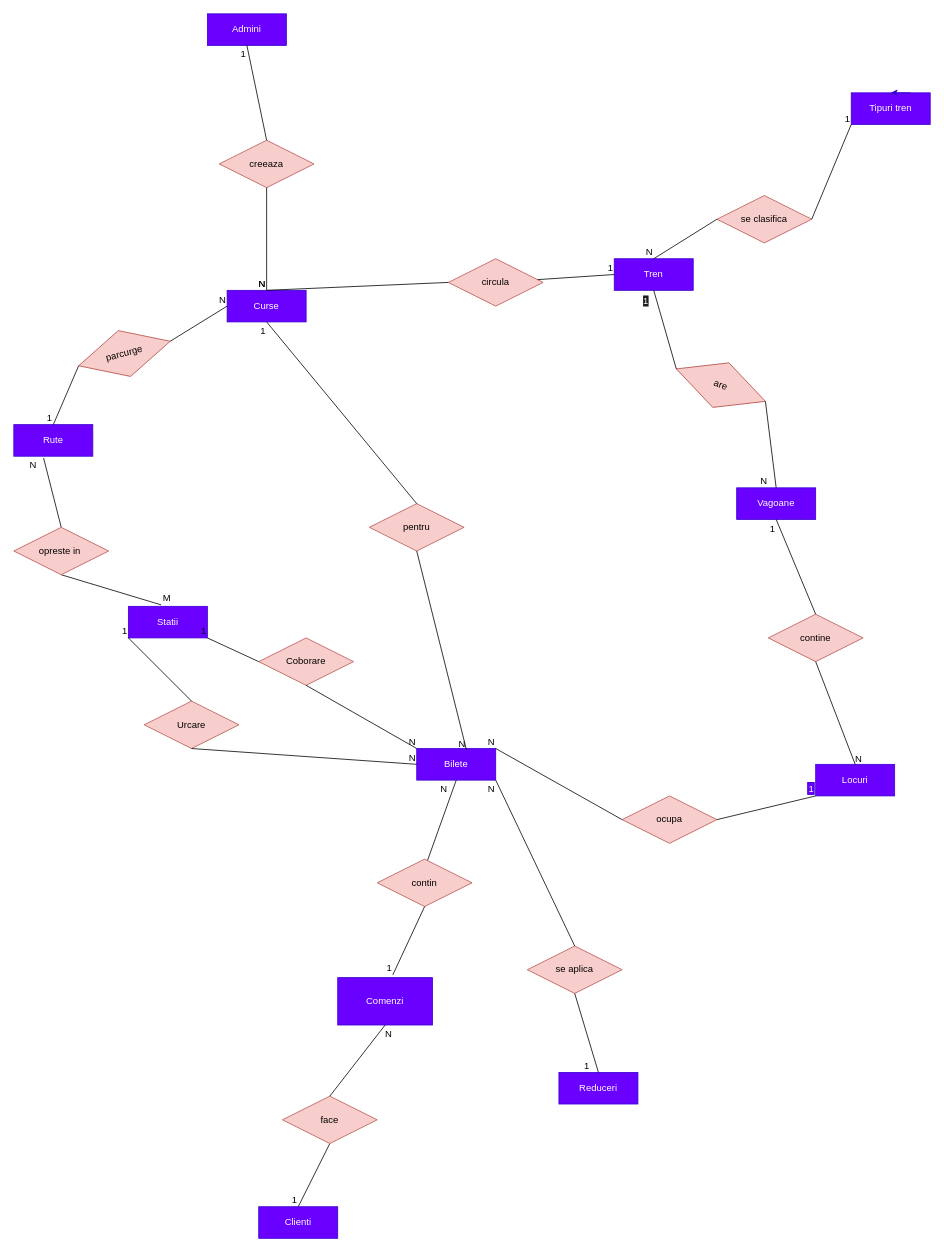
andrasarmasi/proiect_bd keeps this draw.io diagram as diagrama_er.drawio. Above is the earlier version. Source tidied: cells renumbered, new cells numbered last; positions are measured from the earlier drawing's top-left corner, leaving out a move shared by most shapes. Both pictures are drawn from the tidied source at 79%, with x=0, y=0 at pixel (13, 13).
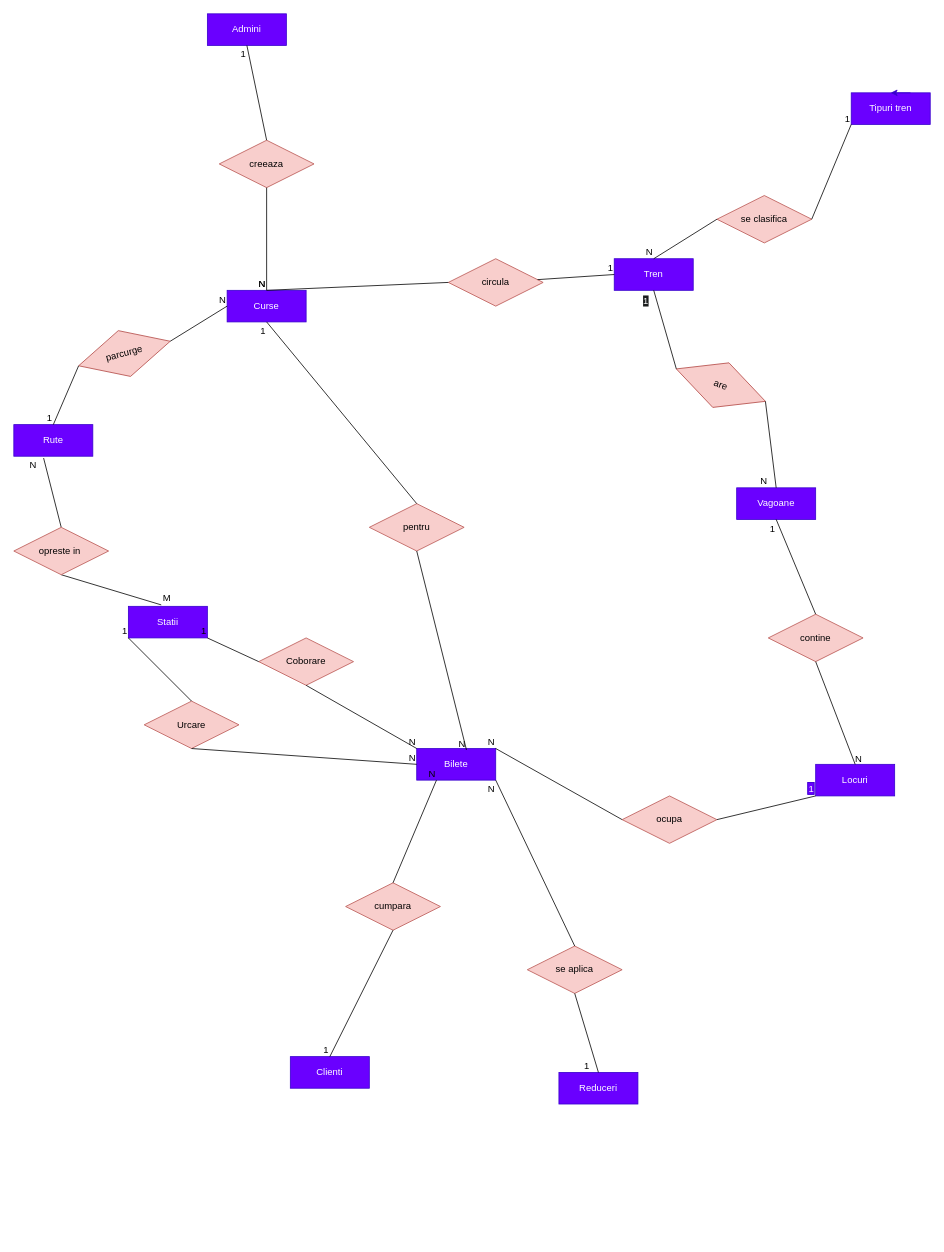
The same page after the edit.

Commit message (it also covers changes not shown here):
update la diagrame si documentatie

The change refers to these unchanged cells:
```xml
<mxCell id="22" value="Bilete" style="whiteSpace=wrap;html=1;align=center;fillColor=#6a00ff;fontColor=#ffffff;strokeColor=#3700CC;" parent="1" vertex="1">
  <mxGeometry x="510" y="930" width="100" height="40" as="geometry" />
</mxCell>
```

What changed in the source:
```diff
@@
     <mxCell id="58" value="Clienti" style="whiteSpace=wrap;html=1;align=center;fillColor=#6a00ff;fontColor=#ffffff;strokeColor=#3700CC;" parent="1" vertex="1">
-      <mxGeometry x="310" y="1510" width="100" height="40" as="geometry" />
+      <mxGeometry x="350" y="1320" width="100" height="40" as="geometry" />
     </mxCell>
-    <mxCell id="59" style="endArrow=none;html=1;rounded=0;entryX=0.5;entryY=0;entryDx=0;entryDy=0;exitX=0.5;exitY=1;exitDx=0;exitDy=0;" parent="1" edge="1" source="80" target="58">
-      <mxGeometry relative="1" as="geometry" />
-    </mxCell>
-    <mxCell id="60" value="1" style="html=1;whiteSpace=wrap;align=right;verticalAlign=bottom;" parent="59" vertex="1">
-      <mxGeometry x="0.99" relative="1" as="geometry" />
-    </mxCell>
-    <mxCell id="61" style="endArrow=none;html=1;rounded=0;entryX=0.5;entryY=1;entryDx=0;entryDy=0;" parent="1" edge="1" target="22">
-      <mxGeometry relative="1" as="geometry">
-        <mxPoint x="510" y="1110" as="sourcePoint" />
-      </mxGeometry>
-    </mxCell>
-    <mxCell id="62" value="N" style="html=1;whiteSpace=wrap;align=right;verticalAlign=bottom;" parent="61" vertex="1">
-      <mxGeometry x="1" relative="1" as="geometry">
-        <mxPoint x="-10" y="20" as="offset" />
-      </mxGeometry>
-    </mxCell>
@@
-    <mxCell id="79" value="Comenzi" style="rounded=0;whiteSpace=wrap;html=1;fillColor=#6a00ff;fontColor=#ffffff;strokeColor=#3700CC;" parent="1" vertex="1">
-      <mxGeometry x="410" y="1220" width="120" height="60" as="geometry" />
-    </mxCell>
-    <mxCell id="80" value="face" style="shape=rhombus;perimeter=rhombusPerimeter;whiteSpace=wrap;html=1;align=center;fillColor=#f8cecc;strokeColor=#b85450;" parent="1" vertex="1">
-      <mxGeometry x="340" y="1370" width="120" height="60" as="geometry" />
-    </mxCell>
-    <mxCell id="81" style="endArrow=none;html=1;rounded=0;defaultLabelBackgroundColor=page;entryX=0.5;entryY=1;entryDx=0;entryDy=0;exitX=0.5;exitY=0;exitDx=0;exitDy=0;" parent="1" edge="1" source="80" target="79">
-      <mxGeometry relative="1" as="geometry" />
-    </mxCell>
-    <mxCell id="82" value="N" style="html=1;whiteSpace=wrap;align=right;verticalAlign=bottom;" parent="81" vertex="1">
-      <mxGeometry x="1" relative="1" as="geometry">
-        <mxPoint x="10" y="20" as="offset" />
-      </mxGeometry>
-    </mxCell>
-    <mxCell id="83" value="contin" style="shape=rhombus;perimeter=rhombusPerimeter;whiteSpace=wrap;html=1;align=center;fillColor=#f8cecc;strokeColor=#b85450;" parent="1" vertex="1">
-      <mxGeometry x="460" y="1070" width="120" height="60" as="geometry" />
-    </mxCell>
-    <mxCell id="84" style="endArrow=none;html=1;rounded=0;defaultLabelBackgroundColor=page;entryX=0.581;entryY=-0.057;entryDx=0;entryDy=0;entryPerimeter=0;exitX=0.5;exitY=1;exitDx=0;exitDy=0;" parent="1" edge="1" source="83" target="79">
-      <mxGeometry relative="1" as="geometry" />
-    </mxCell>
-    <mxCell id="85" value="1" style="html=1;whiteSpace=wrap;align=right;verticalAlign=bottom;" parent="84" vertex="1">
-      <mxGeometry x="1" relative="1" as="geometry" />
-    </mxCell>
@@
+    <mxCell id="87" value="cumpara" style="shape=rhombus;perimeter=rhombusPerimeter;whiteSpace=wrap;html=1;align=center;fillColor=#f8cecc;strokeColor=#b85450;" parent="1" vertex="1">
+      <mxGeometry x="420" y="1100" width="120" height="60" as="geometry" />
+    </mxCell>
+    <mxCell id="88" style="endArrow=none;html=1;rounded=0;defaultLabelBackgroundColor=page;entryX=0.5;entryY=0;entryDx=0;entryDy=0;exitX=0.5;exitY=1;exitDx=0;exitDy=0;" parent="1" edge="1" source="87" target="58">
+      <mxGeometry relative="1" as="geometry" />
+    </mxCell>
+    <mxCell id="89" value="1" style="html=1;whiteSpace=wrap;align=right;verticalAlign=bottom;" parent="88" vertex="1">
+      <mxGeometry x="1" relative="1" as="geometry" />
+    </mxCell>
+    <mxCell id="90" style="endArrow=none;html=1;rounded=0;defaultLabelBackgroundColor=page;entryX=0.25;entryY=1;entryDx=0;entryDy=0;exitX=0.5;exitY=0;exitDx=0;exitDy=0;" parent="1" edge="1" source="87" target="22">
+      <mxGeometry relative="1" as="geometry" />
+    </mxCell>
+    <mxCell id="91" value="N" style="html=1;whiteSpace=wrap;align=right;verticalAlign=bottom;" parent="90" vertex="1">
+      <mxGeometry x="1" relative="1" as="geometry" />
+    </mxCell>
```
